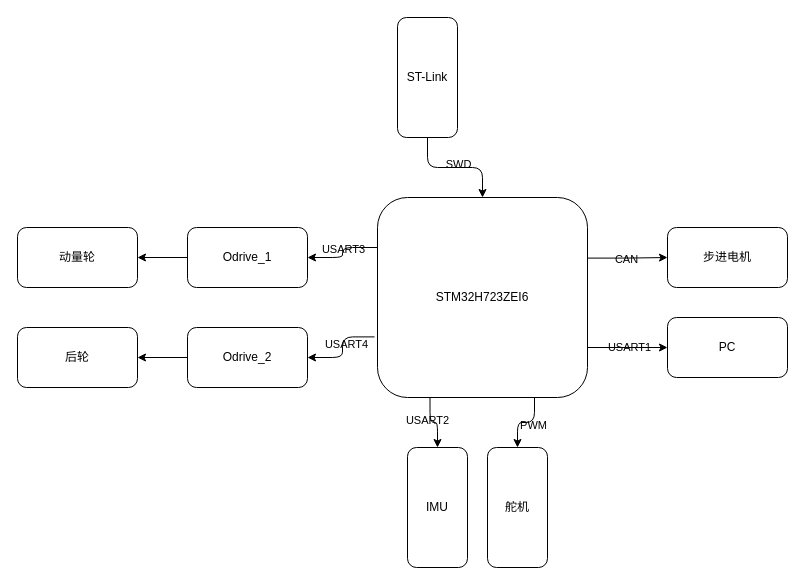
Ashington258/EquiCycle keeps this draw.io diagram as Control_Unit/Hardware/控制单元架构.drawio. Above is the earlier version. Source tidied: cells renumbered, new cells numbered last; positions are measured from the earlier drawing's top-left corner, leaving out a move shared by most shapes. Both pictures are drawn from the tidied source at 100%, with x=0, y=0 at pixel (17, 17).
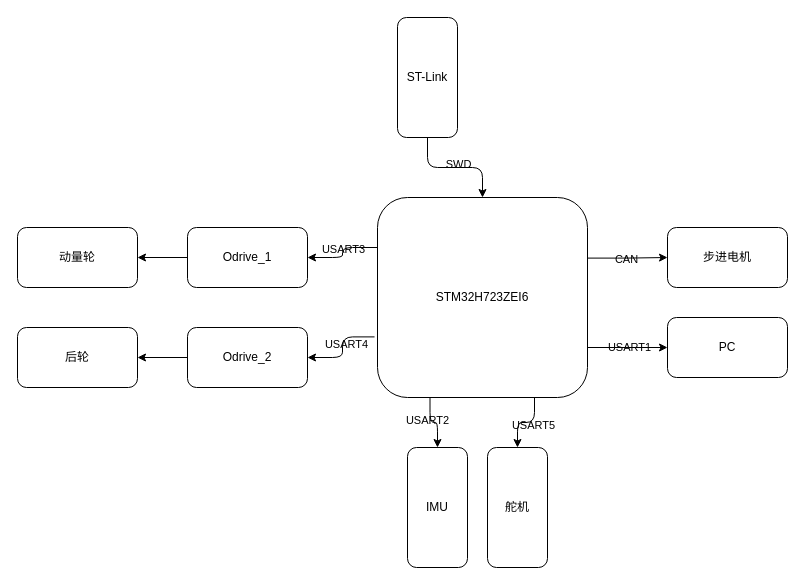
The same page after the edit.

Commit message:
更改硬件框架

Unchanged cells that the change refers to:
```xml
<mxCell id="10" style="edgeStyle=orthogonalEdgeStyle;rounded=1;jettySize=auto;html=1;entryX=0;entryY=0.5;entryDx=0;entryDy=0;labelBackgroundColor=none;fontColor=default;" parent="1" edge="1" source="12" target="19">
  <mxGeometry relative="1" as="geometry">
    <Array as="points">
      <mxPoint x="517" y="405" />
      <mxPoint x="500" y="405" />
    </Array>
  </mxGeometry>
</mxCell>
```

Diff of the diagram source:
```diff
@@
-    <mxCell id="11" value="PWM" style="edgeLabel;html=1;align=center;verticalAlign=middle;rounded=1;labelBackgroundColor=none;" parent="10" vertex="1">
+    <mxCell id="11" value="USART5" style="edgeLabel;html=1;align=center;verticalAlign=middle;rounded=1;labelBackgroundColor=none;" parent="10" vertex="1">
       <mxGeometry x="-0.18" y="2" relative="1" as="geometry" />
     </mxCell>
```
